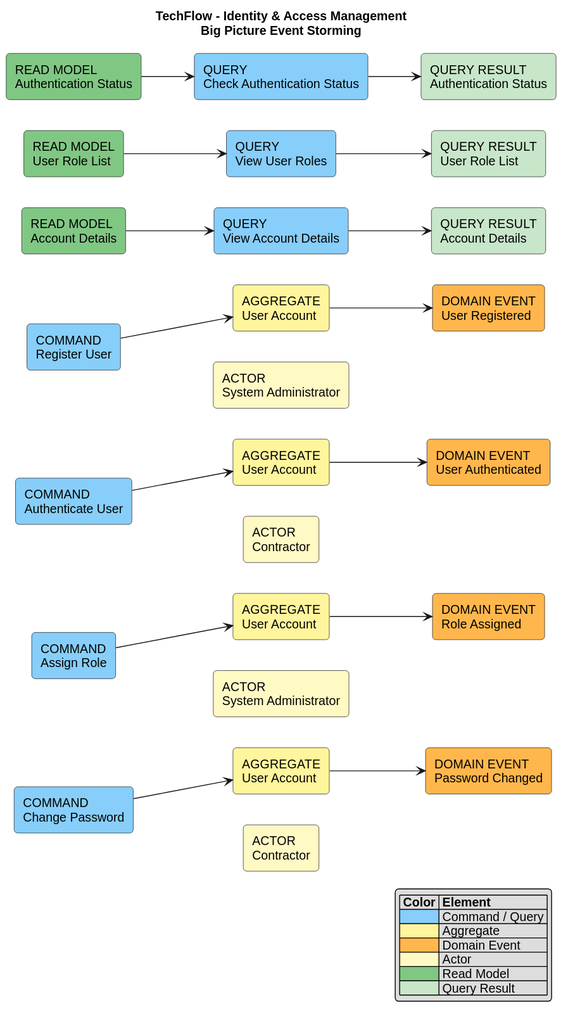
Earlier version of the PlantUML export assets/architecture/event-storming-rendered/identity-access-management-design-level.svg (TechnoLoad-TechFlow/TechFlow). The source it was exported from:
```plantuml
@startuml
title TechFlow - Identity & Access Management\nBig Picture Event Storming

left to right direction
skinparam shadowing false
skinparam roundcorner 8
skinparam defaultFontName Arial


rectangle "COMMAND\nRegister User" as CMD_REGISTER #87CEFA
rectangle "AGGREGATE\nUser Account" as AGG_REGISTER #FFF59D
rectangle "ACTOR\nSystem Administrator" as ACT_REGISTER #FFF9C4
rectangle "COMMAND\nAuthenticate User" as CMD_AUTHENTICATE #87CEFA
rectangle "AGGREGATE\nUser Account" as AGG_AUTHENTICATE #FFF59D
rectangle "ACTOR\nContractor" as ACT_AUTHENTICATE #FFF9C4
rectangle "COMMAND\nAssign Role" as CMD_ASSIGN_ROLE #87CEFA
rectangle "AGGREGATE\nUser Account" as AGG_ASSIGN_ROLE #FFF59D
rectangle "ACTOR\nSystem Administrator" as ACT_ASSIGN_ROLE #FFF9C4
rectangle "COMMAND\nChange Password" as CMD_CHANGE_PASSWORD #87CEFA
rectangle "AGGREGATE\nUser Account" as AGG_CHANGE_PASSWORD #FFF59D
rectangle "ACTOR\nContractor" as ACT_CHANGE_PASSWORD #FFF9C4

rectangle "DOMAIN EVENT\nUser Registered" as EVT_REGISTERED #FFB74D
rectangle "DOMAIN EVENT\nUser Authenticated" as EVT_AUTHENTICATED #FFB74D
rectangle "DOMAIN EVENT\nRole Assigned" as EVT_ROLE_ASSIGNED #FFB74D
rectangle "DOMAIN EVENT\nPassword Changed" as EVT_PASSWORD_CHANGED #FFB74D

rectangle "READ MODEL\nAccount Details" as READ_ACCOUNT #81C784
rectangle "QUERY\nView Account Details" as QUERY_ACCOUNT #87CEFA
rectangle "QUERY RESULT\nAccount Details" as RESULT_ACCOUNT #C8E6C9

rectangle "READ MODEL\nUser Role List" as READ_ROLES #81C784
rectangle "QUERY\nView User Roles" as QUERY_ROLES #87CEFA
rectangle "QUERY RESULT\nUser Role List" as RESULT_ROLES #C8E6C9

rectangle "READ MODEL\nAuthentication Status" as READ_AUTH_STATUS #81C784
rectangle "QUERY\nCheck Authentication Status" as QUERY_AUTH_STATUS #87CEFA
rectangle "QUERY RESULT\nAuthentication Status" as RESULT_AUTH_STATUS #C8E6C9


CMD_REGISTER --> AGG_REGISTER
AGG_REGISTER --> EVT_REGISTERED
ACT_REGISTER -[hidden]up-> CMD_REGISTER

CMD_AUTHENTICATE --> AGG_AUTHENTICATE
AGG_AUTHENTICATE --> EVT_AUTHENTICATED
ACT_AUTHENTICATE -[hidden]up-> CMD_AUTHENTICATE

CMD_ASSIGN_ROLE --> AGG_ASSIGN_ROLE
AGG_ASSIGN_ROLE --> EVT_ROLE_ASSIGNED
ACT_ASSIGN_ROLE -[hidden]up-> CMD_ASSIGN_ROLE

CMD_CHANGE_PASSWORD --> AGG_CHANGE_PASSWORD
AGG_CHANGE_PASSWORD --> EVT_PASSWORD_CHANGED
ACT_CHANGE_PASSWORD -[hidden]up-> CMD_CHANGE_PASSWORD


READ_ACCOUNT --> QUERY_ACCOUNT
QUERY_ACCOUNT --> RESULT_ACCOUNT
READ_ROLES --> QUERY_ROLES
QUERY_ROLES --> RESULT_ROLES
READ_AUTH_STATUS --> QUERY_AUTH_STATUS
QUERY_AUTH_STATUS --> RESULT_AUTH_STATUS

legend right
|= Color |= Element |
|<#87CEFA>| Command / Query |
|<#FFF59D>| Aggregate |
|<#FFB74D>| Domain Event |
|<#FFF9C4>| Actor |
|<#81C784>| Read Model |
|<#C8E6C9>| Query Result |
endlegend
@enduml
```
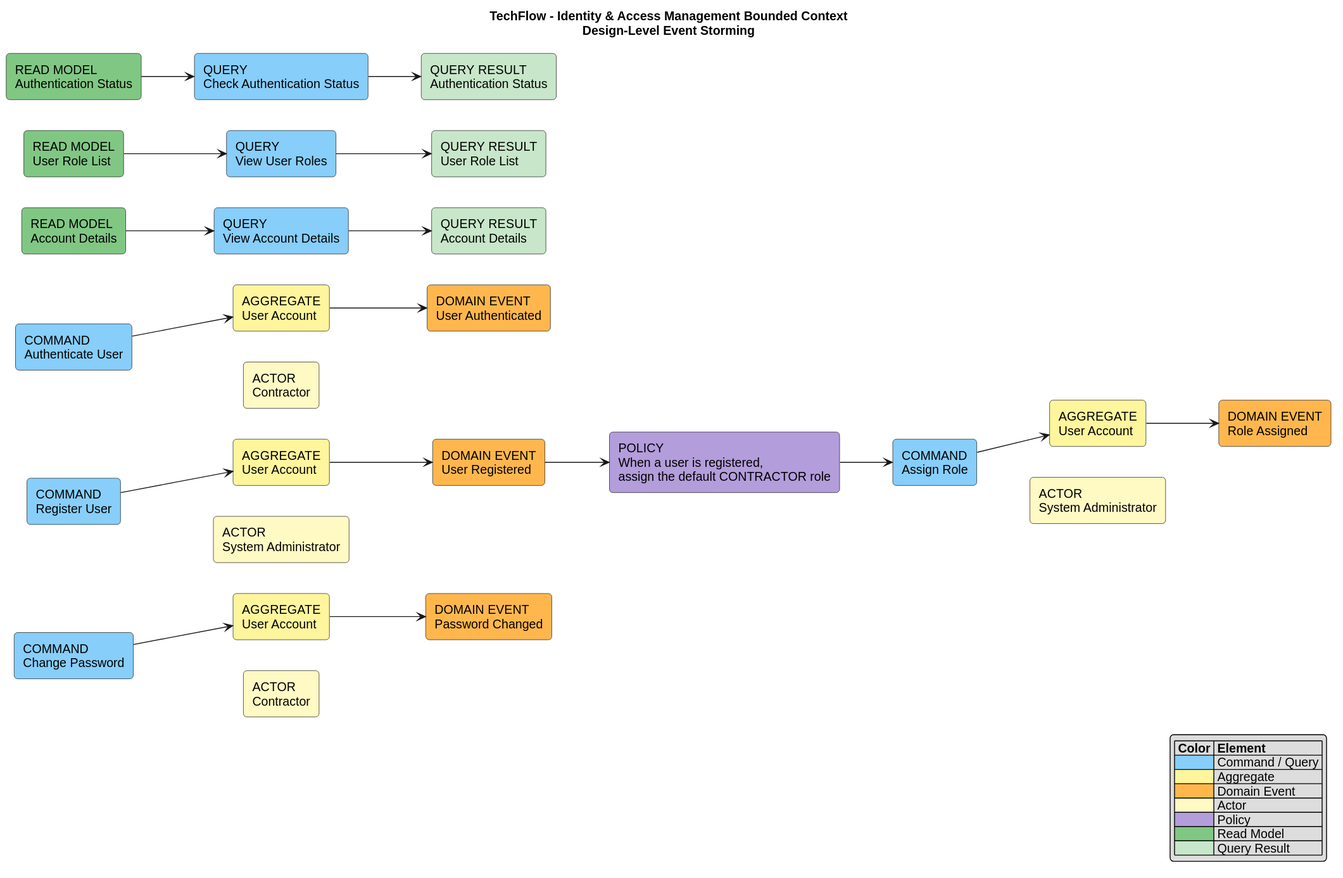
Above is the later version.

Change to the diagram source:
```diff
@@ -1,5 +1,5 @@
 @startuml
-title TechFlow - Identity & Access Management\nBig Picture Event Storming
+title TechFlow - Identity & Access Management Bounded Context\nDesign-Level Event Storming
 
 left to right direction
 skinparam shadowing false
@@ -24,6 +24,8 @@
 rectangle "DOMAIN EVENT\nUser Authenticated" as EVT_AUTHENTICATED #FFB74D
 rectangle "DOMAIN EVENT\nRole Assigned" as EVT_ROLE_ASSIGNED #FFB74D
 rectangle "DOMAIN EVENT\nPassword Changed" as EVT_PASSWORD_CHANGED #FFB74D
+
+rectangle "POLICY\nWhen a user is registered,\nassign the default CONTRACTOR role" as POL_DEFAULT_ROLE #B39DDB
 
 rectangle "READ MODEL\nAccount Details" as READ_ACCOUNT #81C784
 rectangle "QUERY\nView Account Details" as QUERY_ACCOUNT #87CEFA
@@ -54,6 +56,9 @@
 AGG_CHANGE_PASSWORD --> EVT_PASSWORD_CHANGED
 ACT_CHANGE_PASSWORD -[hidden]up-> CMD_CHANGE_PASSWORD
 
+EVT_REGISTERED --> POL_DEFAULT_ROLE
+POL_DEFAULT_ROLE --> CMD_ASSIGN_ROLE
+
 
 READ_ACCOUNT --> QUERY_ACCOUNT
 QUERY_ACCOUNT --> RESULT_ACCOUNT
@@ -68,6 +73,7 @@
 |<#FFF59D>| Aggregate |
 |<#FFB74D>| Domain Event |
 |<#FFF9C4>| Actor |
+|<#B39DDB>| Policy |
 |<#81C784>| Read Model |
 |<#C8E6C9>| Query Result |
 endlegend
```
